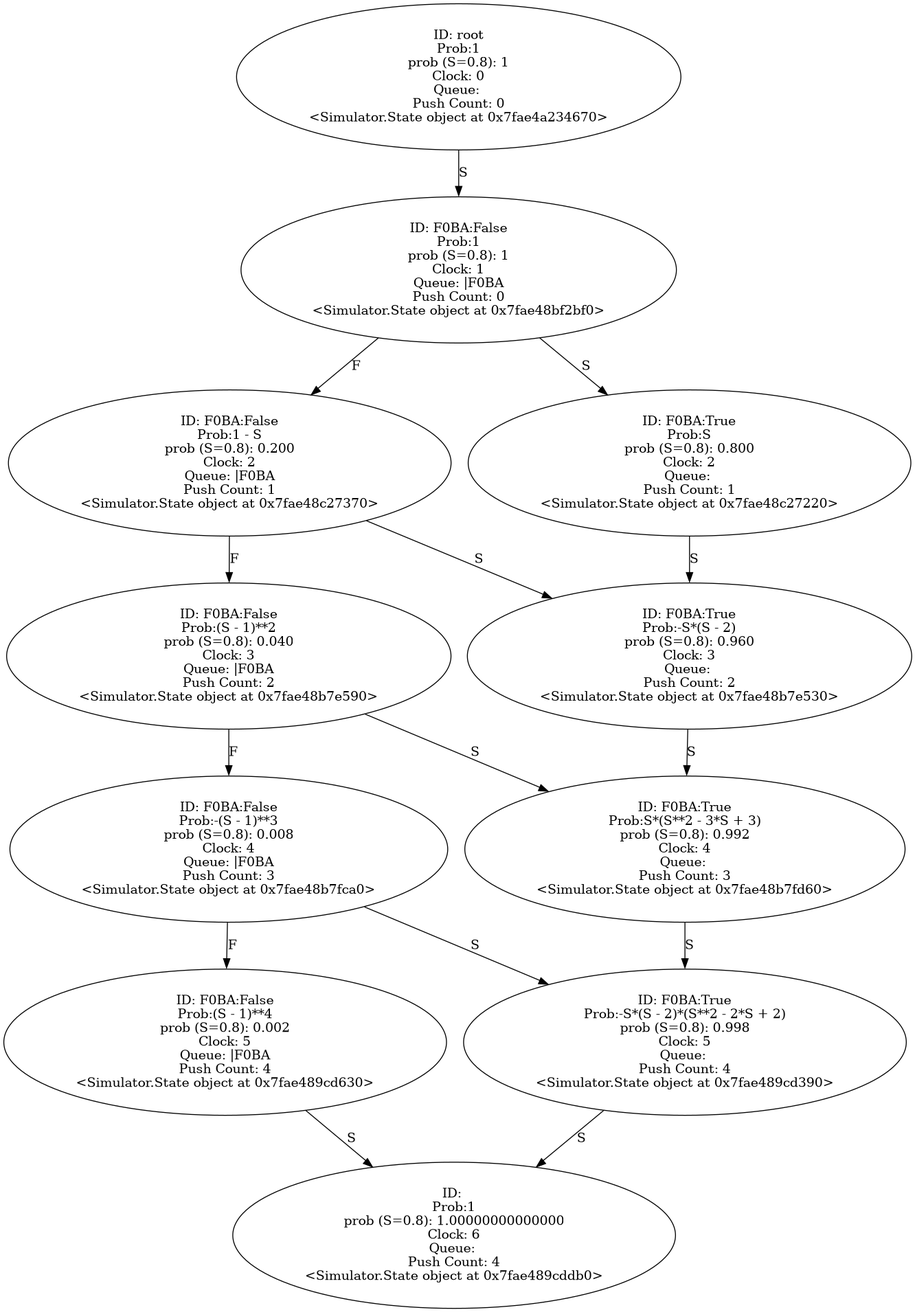
Earlier version of the Graphviz export Output/pulls.wrp.gv.png (YasinBoloorchi/WARP-Simulator). Its source is kept beside it as Output/pulls.wrp.gv.
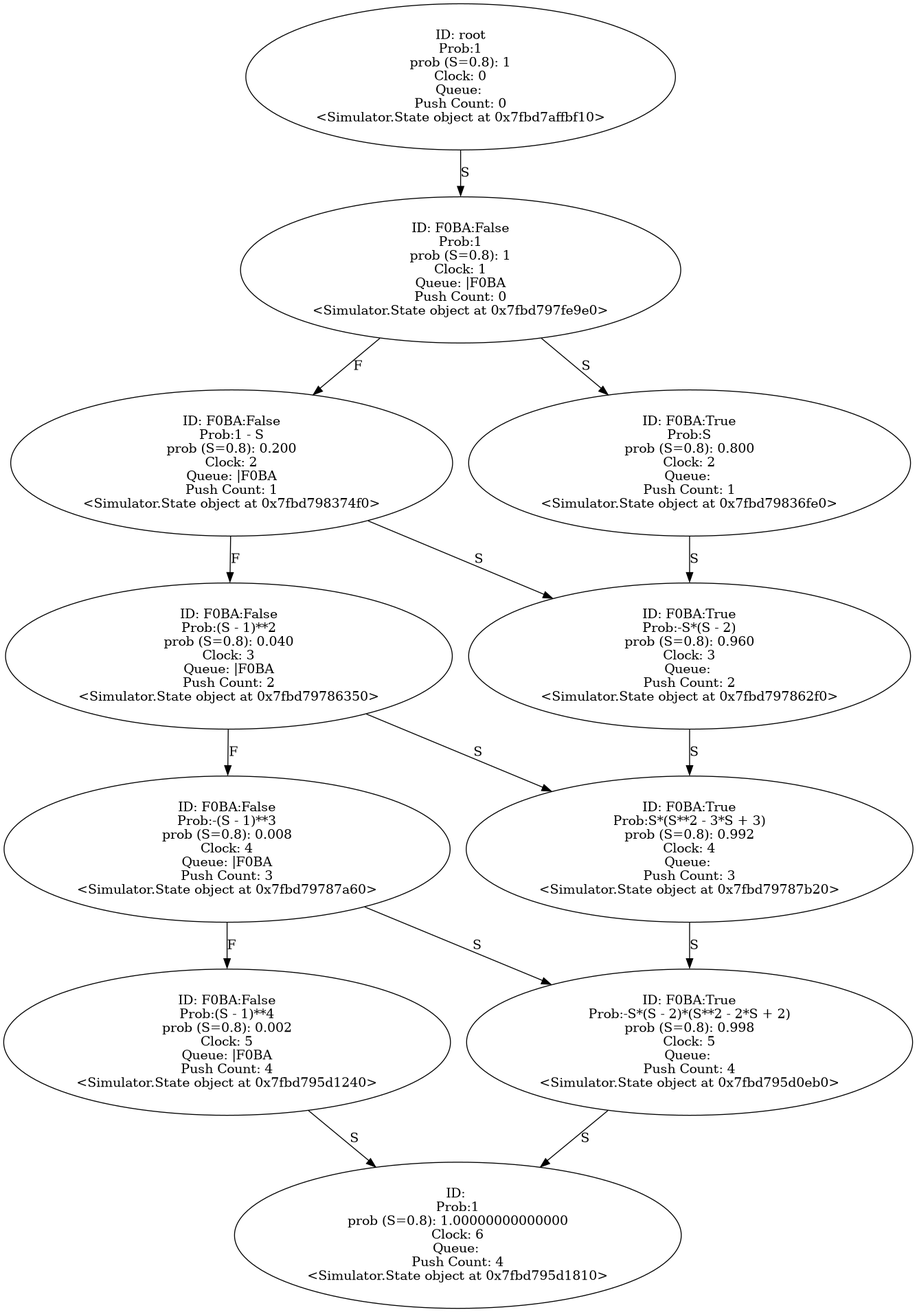
Later version of the same file.

Diff of the diagram source:
```diff
@@ -1,93 +1,93 @@
 digraph "./Output/pulls.wrp" {
-	<Simulator.State object at 0x7fae4a234670> [label="ID: root
+	<Simulator.State object at 0x7fbd7affbf10> [label="ID: root
 Prob:1
 prob (S=0.8): 1
 Clock: 0
 Queue:
 Push Count: 0
-<Simulator.State object at 0x7fae4a234670>"]
-	<Simulator.State object at 0x7fae4a234670> -> <Simulator.State object at 0x7fae48bf2bf0> [label=S]
-	<Simulator.State object at 0x7fae48bf2bf0> [label="ID: F0BA:False
+<Simulator.State object at 0x7fbd7affbf10>"]
+	<Simulator.State object at 0x7fbd7affbf10> -> <Simulator.State object at 0x7fbd797fe9e0> [label=S]
+	<Simulator.State object at 0x7fbd797fe9e0> [label="ID: F0BA:False
 Prob:1
 prob (S=0.8): 1
 Clock: 1
 Queue: |F0BA
 Push Count: 0
-<Simulator.State object at 0x7fae48bf2bf0>"]
-	<Simulator.State object at 0x7fae48bf2bf0> -> <Simulator.State object at 0x7fae48c27370> [label=F]
-	<Simulator.State object at 0x7fae48bf2bf0> -> <Simulator.State object at 0x7fae48c27220> [label=S]
-	<Simulator.State object at 0x7fae48c27370> [label="ID: F0BA:False
+<Simulator.State object at 0x7fbd797fe9e0>"]
+	<Simulator.State object at 0x7fbd797fe9e0> -> <Simulator.State object at 0x7fbd798374f0> [label=F]
+	<Simulator.State object at 0x7fbd797fe9e0> -> <Simulator.State object at 0x7fbd79836fe0> [label=S]
+	<Simulator.State object at 0x7fbd798374f0> [label="ID: F0BA:False
 Prob:1 - S
 prob (S=0.8): 0.200
 Clock: 2
 Queue: |F0BA
 Push Count: 1
-<Simulator.State object at 0x7fae48c27370>"]
-	<Simulator.State object at 0x7fae48c27370> -> <Simulator.State object at 0x7fae48b7e590> [label=F]
-	<Simulator.State object at 0x7fae48c27370> -> <Simulator.State object at 0x7fae48b7e530> [label=S]
-	<Simulator.State object at 0x7fae48c27220> [label="ID: F0BA:True
+<Simulator.State object at 0x7fbd798374f0>"]
+	<Simulator.State object at 0x7fbd798374f0> -> <Simulator.State object at 0x7fbd79786350> [label=F]
+	<Simulator.State object at 0x7fbd798374f0> -> <Simulator.State object at 0x7fbd797862f0> [label=S]
+	<Simulator.State object at 0x7fbd79836fe0> [label="ID: F0BA:True
 Prob:S
 prob (S=0.8): 0.800
 Clock: 2
 Queue:
 Push Count: 1
-<Simulator.State object at 0x7fae48c27220>"]
-	<Simulator.State object at 0x7fae48c27220> -> <Simulator.State object at 0x7fae48b7e530> [label=S]
-	<Simulator.State object at 0x7fae48b7e590> [label="ID: F0BA:False
+<Simulator.State object at 0x7fbd79836fe0>"]
+	<Simulator.State object at 0x7fbd79836fe0> -> <Simulator.State object at 0x7fbd797862f0> [label=S]
+	<Simulator.State object at 0x7fbd79786350> [label="ID: F0BA:False
 Prob:(S - 1)**2
 prob (S=0.8): 0.040
 Clock: 3
 Queue: |F0BA
 Push Count: 2
-<Simulator.State object at 0x7fae48b7e590>"]
-	<Simulator.State object at 0x7fae48b7e590> -> <Simulator.State object at 0x7fae48b7fca0> [label=F]
-	<Simulator.State object at 0x7fae48b7e590> -> <Simulator.State object at 0x7fae48b7fd60> [label=S]
-	<Simulator.State object at 0x7fae48b7e530> [label="ID: F0BA:True
+<Simulator.State object at 0x7fbd79786350>"]
+	<Simulator.State object at 0x7fbd79786350> -> <Simulator.State object at 0x7fbd79787a60> [label=F]
+	<Simulator.State object at 0x7fbd79786350> -> <Simulator.State object at 0x7fbd79787b20> [label=S]
+	<Simulator.State object at 0x7fbd797862f0> [label="ID: F0BA:True
 Prob:-S*(S - 2)
 prob (S=0.8): 0.960
 Clock: 3
 Queue:
 Push Count: 2
-<Simulator.State object at 0x7fae48b7e530>"]
-	<Simulator.State object at 0x7fae48b7e530> -> <Simulator.State object at 0x7fae48b7fd60> [label=S]
-	<Simulator.State object at 0x7fae48b7fca0> [label="ID: F0BA:False
+<Simulator.State object at 0x7fbd797862f0>"]
+	<Simulator.State object at 0x7fbd797862f0> -> <Simulator.State object at 0x7fbd79787b20> [label=S]
+	<Simulator.State object at 0x7fbd79787a60> [label="ID: F0BA:False
 Prob:-(S - 1)**3
 prob (S=0.8): 0.008
 Clock: 4
 Queue: |F0BA
 Push Count: 3
-<Simulator.State object at 0x7fae48b7fca0>"]
-	<Simulator.State object at 0x7fae48b7fca0> -> <Simulator.State object at 0x7fae489cd630> [label=F]
-	<Simulator.State object at 0x7fae48b7fca0> -> <Simulator.State object at 0x7fae489cd390> [label=S]
-	<Simulator.State object at 0x7fae48b7fd60> [label="ID: F0BA:True
+<Simulator.State object at 0x7fbd79787a60>"]
+	<Simulator.State object at 0x7fbd79787a60> -> <Simulator.State object at 0x7fbd795d1240> [label=F]
+	<Simulator.State object at 0x7fbd79787a60> -> <Simulator.State object at 0x7fbd795d0eb0> [label=S]
+	<Simulator.State object at 0x7fbd79787b20> [label="ID: F0BA:True
 Prob:S*(S**2 - 3*S + 3)
 prob (S=0.8): 0.992
 Clock: 4
 Queue:
 Push Count: 3
-<Simulator.State object at 0x7fae48b7fd60>"]
-	<Simulator.State object at 0x7fae48b7fd60> -> <Simulator.State object at 0x7fae489cd390> [label=S]
-	<Simulator.State object at 0x7fae489cd630> [label="ID: F0BA:False
+<Simulator.State object at 0x7fbd79787b20>"]
+	<Simulator.State object at 0x7fbd79787b20> -> <Simulator.State object at 0x7fbd795d0eb0> [label=S]
+	<Simulator.State object at 0x7fbd795d1240> [label="ID: F0BA:False
 Prob:(S - 1)**4
 prob (S=0.8): 0.002
 Clock: 5
 Queue: |F0BA
 Push Count: 4
-<Simulator.State object at 0x7fae489cd630>"]
-	<Simulator.State object at 0x7fae489cd630> -> <Simulator.State object at 0x7fae489cddb0> [label=S]
-	<Simulator.State object at 0x7fae489cd390> [label="ID: F0BA:True
+<Simulator.State object at 0x7fbd795d1240>"]
+	<Simulator.State object at 0x7fbd795d1240> -> <Simulator.State object at 0x7fbd795d1810> [label=S]
+	<Simulator.State object at 0x7fbd795d0eb0> [label="ID: F0BA:True
 Prob:-S*(S - 2)*(S**2 - 2*S + 2)
 prob (S=0.8): 0.998
 Clock: 5
 Queue:
 Push Count: 4
-<Simulator.State object at 0x7fae489cd390>"]
-	<Simulator.State object at 0x7fae489cd390> -> <Simulator.State object at 0x7fae489cddb0> [label=S]
-	<Simulator.State object at 0x7fae489cddb0> [label="ID:
+<Simulator.State object at 0x7fbd795d0eb0>"]
+	<Simulator.State object at 0x7fbd795d0eb0> -> <Simulator.State object at 0x7fbd795d1810> [label=S]
+	<Simulator.State object at 0x7fbd795d1810> [label="ID:
 Prob:1
 prob (S=0.8): 1.00000000000000
 Clock: 6
 Queue:
 Push Count: 4
-<Simulator.State object at 0x7fae489cddb0>"]
+<Simulator.State object at 0x7fbd795d1810>"]
 }
```
